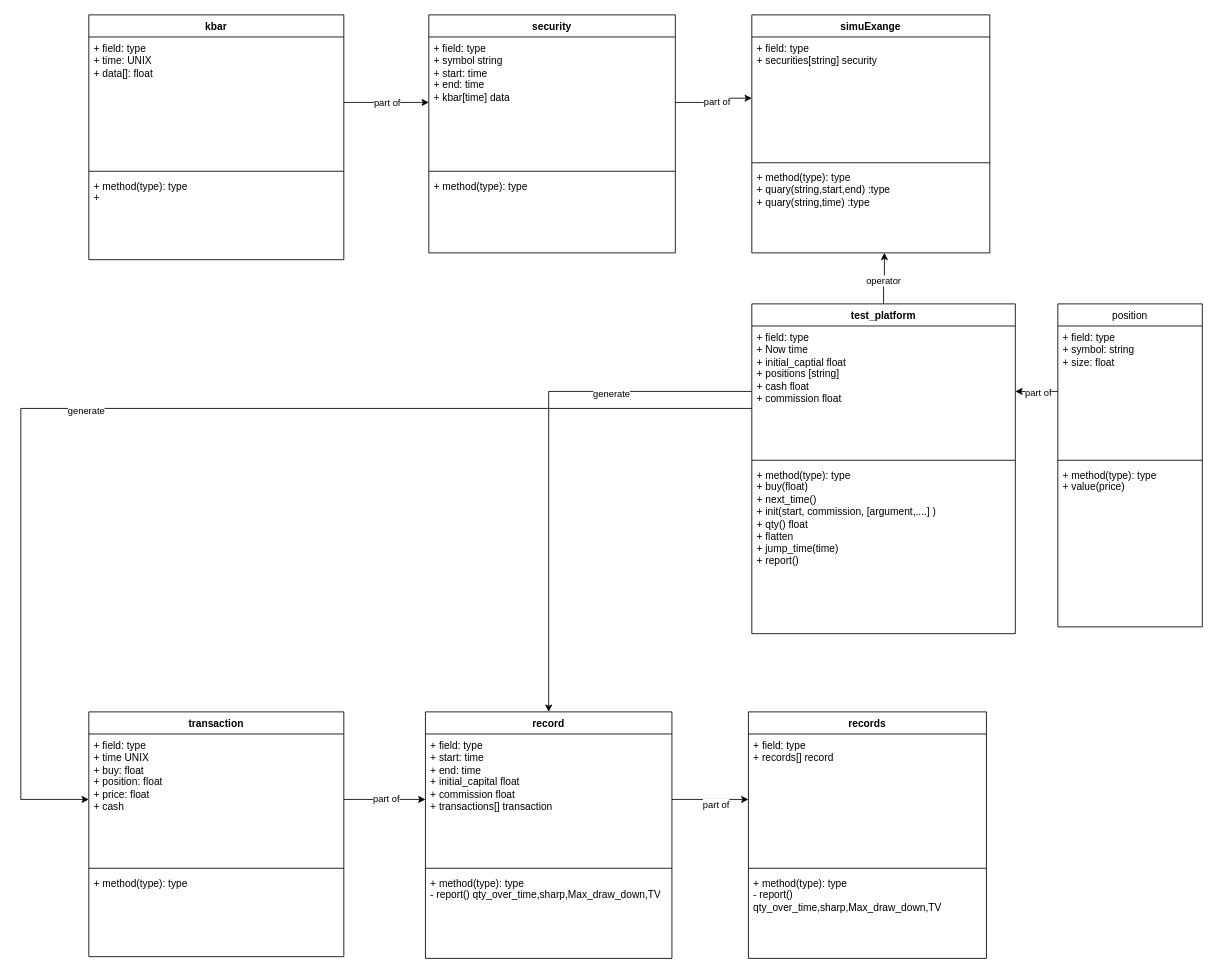
Earlier version of the draw.io diagram FinTechML/Library/ObjectUML.drawio (penguin72487/tradebot). Source tidied: cells renumbered, new cells numbered last; positions are measured from the earlier drawing's top-left corner, leaving out a move shared by most shapes. Both pictures are drawn from the tidied source at 85%, with x=0, y=0 at pixel (20, 14).
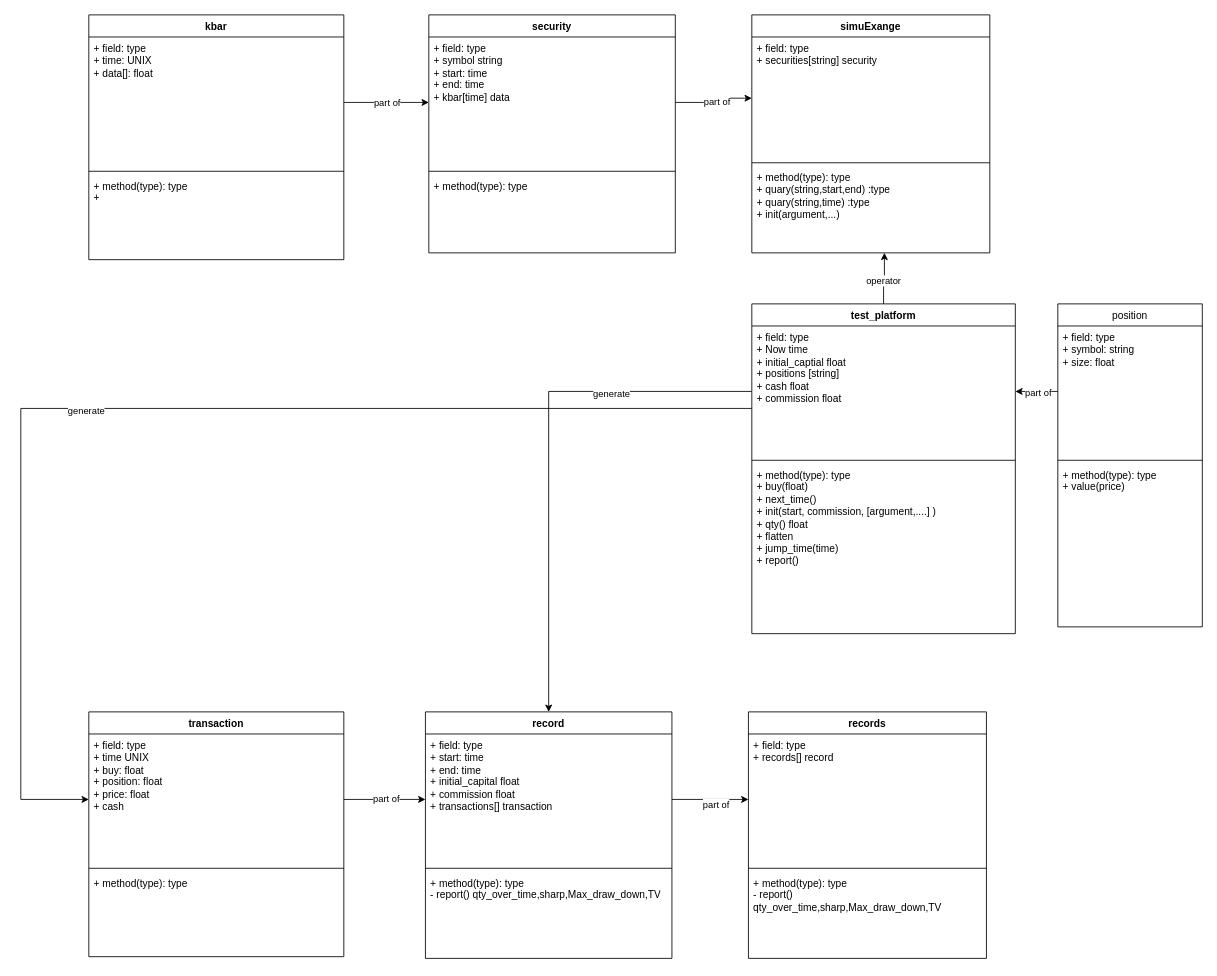
The same diagram, later.

The change refers to these unchanged cells:
```xml
<mxCell id="14" value="simuExange" style="swimlane;fontStyle=1;align=center;verticalAlign=top;horizontal=1;startSize=26;whiteSpace=wrap;html=1;" parent="1" vertex="1">
  <mxGeometry x="860" width="280" height="280" as="geometry" />
</mxCell>
```

Change to the diagram source:
```diff
@@
-    <mxCell id="17" value="+ method(type): type&lt;div&gt;+ quary(string,start,end) :type&lt;/div&gt;&lt;div&gt;+ quary&lt;span style=&quot;background-color: transparent; color: light-dark(rgb(0, 0, 0), rgb(255, 255, 255));&quot;&gt;(string,time) :type&lt;/span&gt;&lt;/div&gt;" style="text;strokeColor=none;fillColor=none;align=left;verticalAlign=top;spacingLeft=4;spacingRight=4;overflow=hidden;points=[[0,0.5],[1,0.5]];portConstraint=eastwest;whiteSpace=wrap;html=1;" parent="14" vertex="1">
+    <mxCell id="17" value="+ method(type): type&lt;div&gt;+ quary(string,start,end) :type&lt;/div&gt;&lt;div&gt;+ quary&lt;span style=&quot;background-color: transparent; color: light-dark(rgb(0, 0, 0), rgb(255, 255, 255));&quot;&gt;(string,time) :type&lt;/span&gt;&lt;/div&gt;&lt;div&gt;&lt;span style=&quot;background-color: transparent; color: light-dark(rgb(0, 0, 0), rgb(255, 255, 255));&quot;&gt;+ init(argument,...)&lt;/span&gt;&lt;/div&gt;" style="text;strokeColor=none;fillColor=none;align=left;verticalAlign=top;spacingLeft=4;spacingRight=4;overflow=hidden;points=[[0,0.5],[1,0.5]];portConstraint=eastwest;whiteSpace=wrap;html=1;" parent="14" vertex="1">
       <mxGeometry y="178" width="280" height="102" as="geometry" />
     </mxCell>
```
